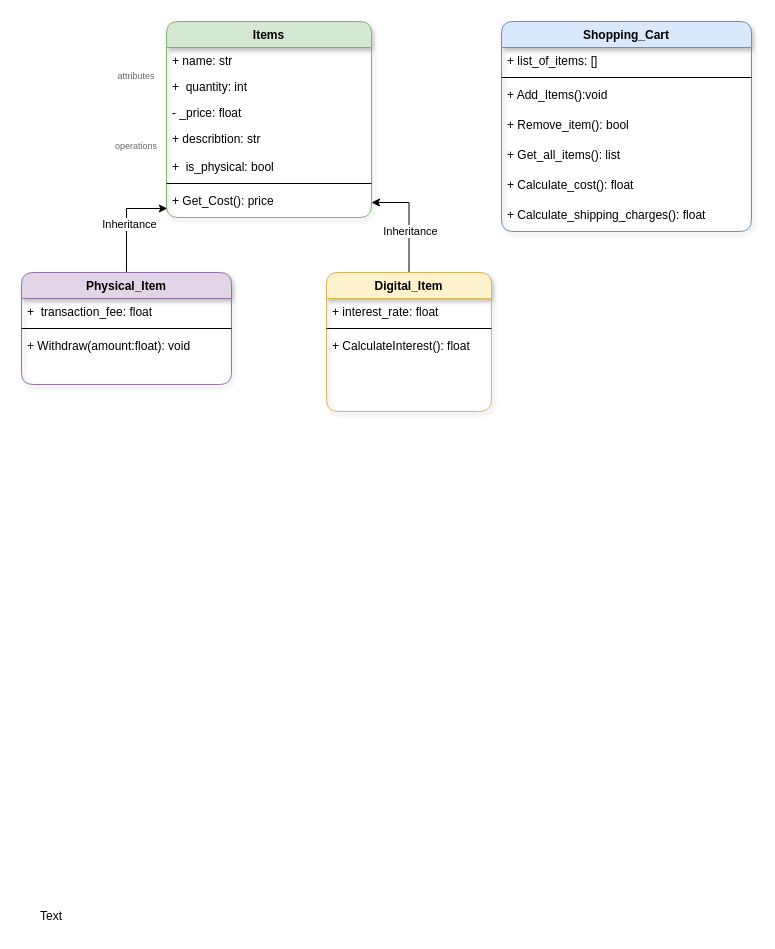
VictoriaJ4/VictoriaJ4 keeps this draw.io diagram as ITEMSSSSS.drawio. Above is the earlier version. Source tidied: cells renumbered, new cells numbered last; positions are measured from the earlier drawing's top-left corner, leaving out a move shared by most shapes. Both pictures are drawn from the tidied source at 100%, with x=0, y=0 at pixel (21, 21).
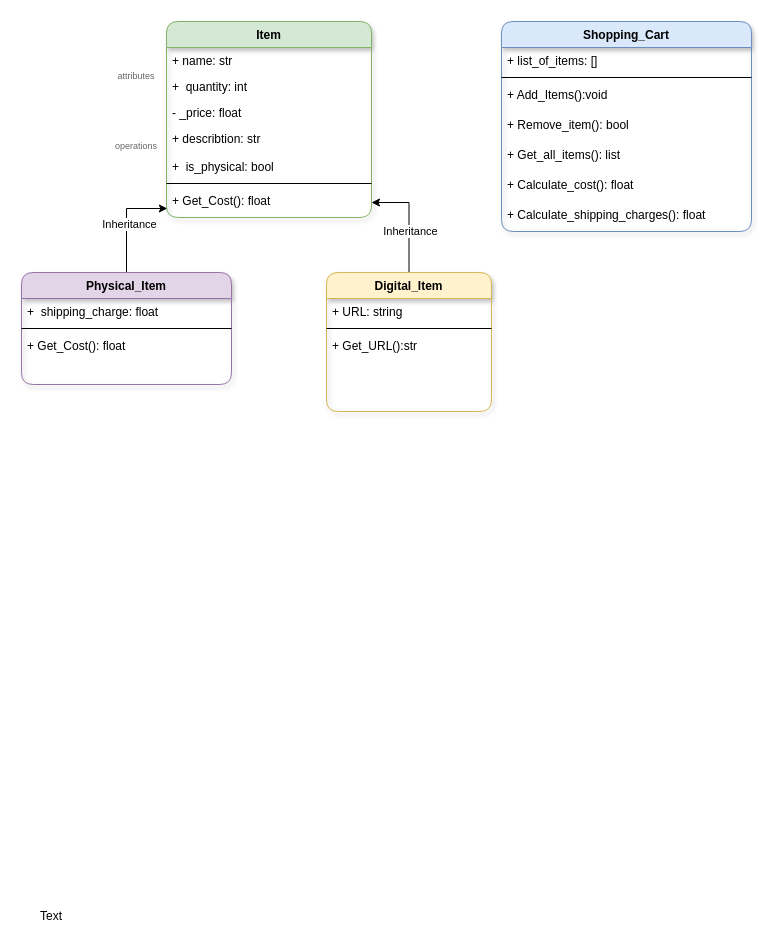
The same page after the edit.

The change refers to these unchanged cells:
```xml
<mxCell id="12" value="Physical_Item" style="swimlane;fontStyle=1;align=center;verticalAlign=top;horizontal=1;startSize=26;rounded=1;shadow=1;strokeWidth=1;fillColor=#e1d5e7;strokeColor=#9673a6;" parent="1" vertex="1">
  <mxGeometry y="251" width="210" height="112" as="geometry" />
</mxCell>
<mxCell id="18" value="Digital_Item" style="swimlane;fontStyle=1;align=center;verticalAlign=top;horizontal=1;startSize=26;rounded=1;shadow=1;strokeWidth=1;fillColor=#fff2cc;strokeColor=#d6b656;" parent="1" vertex="1">
  <mxGeometry x="305" y="251" width="165" height="139" as="geometry" />
</mxCell>
```

What changed in the source:
```diff
@@
-    <mxCell id="2" value="Items" style="swimlane;fontStyle=1;align=center;verticalAlign=top;horizontal=1;startSize=26;rounded=1;shadow=1;strokeWidth=1;fillColor=#d5e8d4;strokeColor=#82b366;glass=0;" parent="1" vertex="1">
+    <mxCell id="2" value="Item" style="swimlane;fontStyle=1;align=center;verticalAlign=top;horizontal=1;startSize=26;rounded=1;shadow=1;strokeWidth=1;fillColor=#d5e8d4;strokeColor=#82b366;glass=0;" parent="1" vertex="1">
       <mxGeometry x="145" width="205" height="196" as="geometry" />
     </mxCell>
@@
-    <mxCell id="9" value="+ Get_Cost(): price" style="text;align=left;verticalAlign=top;spacingLeft=4;spacingRight=4;overflow=hidden;points=[[0,0.5],[1,0.5]];portConstraint=eastwest;" parent="2" vertex="1">
+    <mxCell id="9" value="+ Get_Cost(): float" style="text;align=left;verticalAlign=top;spacingLeft=4;spacingRight=4;overflow=hidden;points=[[0,0.5],[1,0.5]];portConstraint=eastwest;" parent="2" vertex="1">
       <mxGeometry y="166" width="205" height="30" as="geometry" />
     </mxCell>
@@
-    <mxCell id="13" value="+  transaction_fee: float" style="text;align=left;verticalAlign=top;spacingLeft=4;spacingRight=4;overflow=hidden;" parent="12" vertex="1">
+    <mxCell id="13" value="+  shipping_charge: float" style="text;align=left;verticalAlign=top;spacingLeft=4;spacingRight=4;overflow=hidden;" parent="12" vertex="1">
       <mxGeometry y="26" width="210" height="26" as="geometry" />
     </mxCell>
@@
-    <mxCell id="15" value="+ Withdraw(amount:float): void" style="text;align=left;verticalAlign=top;spacingLeft=4;spacingRight=4;overflow=hidden;" parent="12" vertex="1">
+    <mxCell id="15" value="+ Get_Cost(): float" style="text;align=left;verticalAlign=top;spacingLeft=4;spacingRight=4;overflow=hidden;" parent="12" vertex="1">
       <mxGeometry y="60" width="210" height="26" as="geometry" />
     </mxCell>
@@
-    <mxCell id="19" value="+ interest_rate: float" style="text;align=left;verticalAlign=top;spacingLeft=4;spacingRight=4;overflow=hidden;" parent="18" vertex="1">
+    <mxCell id="19" value="+ URL: string" style="text;align=left;verticalAlign=top;spacingLeft=4;spacingRight=4;overflow=hidden;" parent="18" vertex="1">
       <mxGeometry y="26" width="165" height="26" as="geometry" />
     </mxCell>
@@
-    <mxCell id="21" value="+ CalculateInterest(): float" style="text;align=left;verticalAlign=top;spacingLeft=4;spacingRight=4;overflow=hidden;" parent="18" vertex="1">
+    <mxCell id="21" value="+ Get_URL():str" style="text;align=left;verticalAlign=top;spacingLeft=4;spacingRight=4;overflow=hidden;" parent="18" vertex="1">
       <mxGeometry y="60" width="165" height="26" as="geometry" />
     </mxCell>
```
